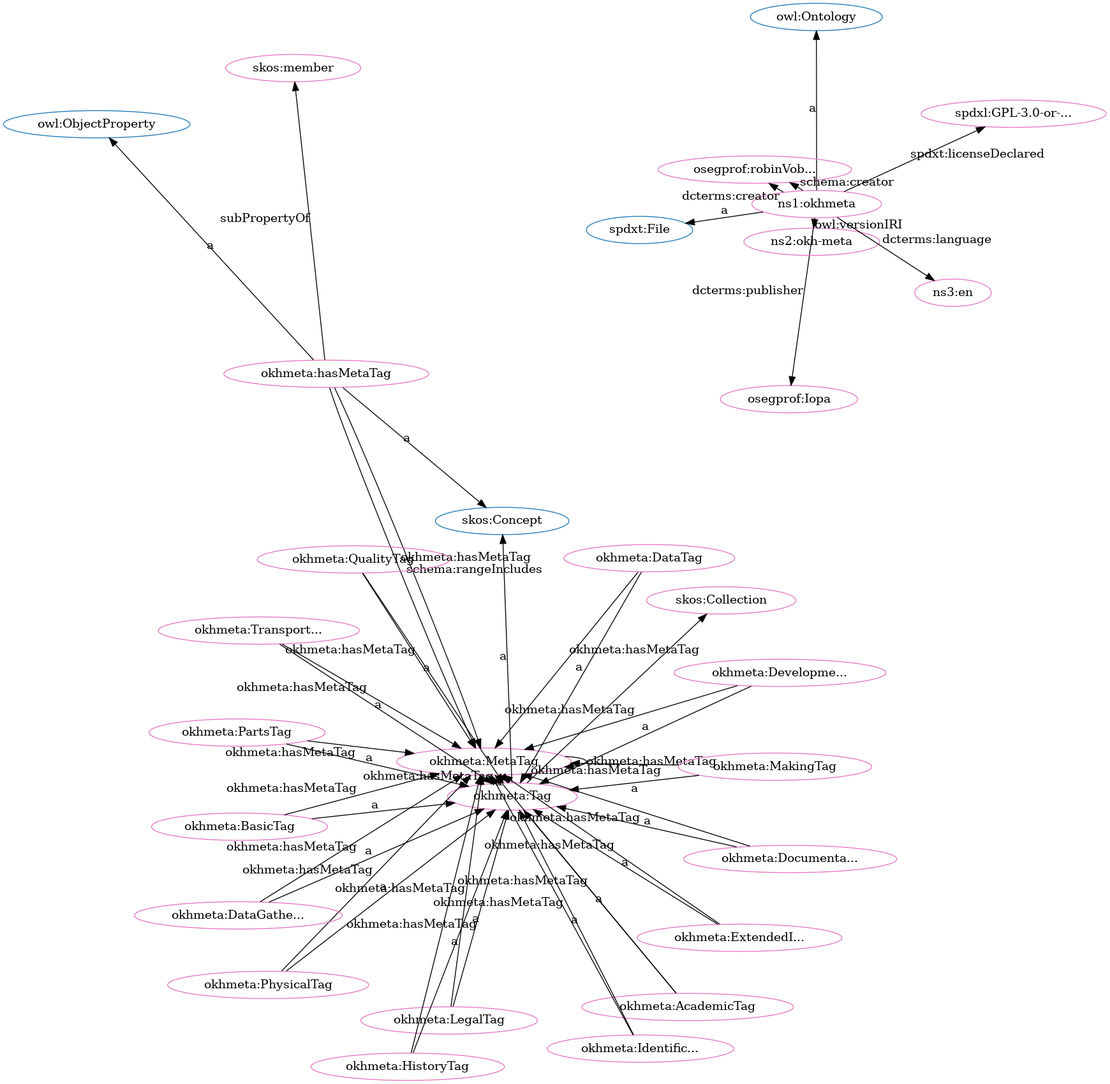
iop-alliance/OpenKnowHow keeps this Graphviz diagram as src/spec/fdp_okh-meta.png. Above is the earlier version. Its source is kept beside it as src/spec/fdp_okh-meta.dot.
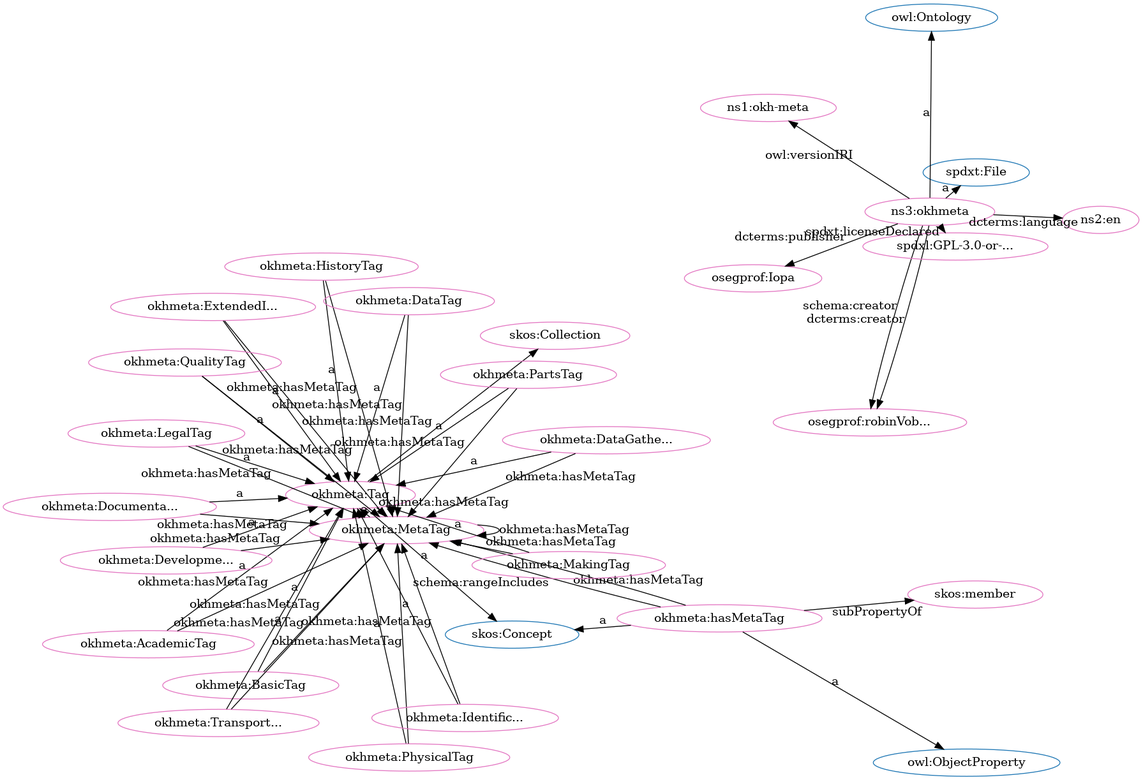
The same diagram one commit later.

The edit, as a diff of the source:
```diff
@@ -1,85 +1,85 @@
 digraph G {
   rankdir=BT
   node[height=.3]
+"http://www.w3.org/2002/07/owl#Ontology" [fillcolor="#1f77b4" color="#1f77b4" label="owl:Ontology"]
+"https://w3id.org/oseg/ont/okhmeta#MetaTag" [fillcolor="#1f77b4" color="#1f77b4" label="okhmeta:MetaTag"]
+"http://www.w3.org/2004/02/skos/core#Collection" [fillcolor="#1f77b4" color="#1f77b4" label="skos:Collection"]
 "http://www.w3.org/2002/07/owl#ObjectProperty" [fillcolor="#1f77b4" color="#1f77b4" label="owl:ObjectProperty"]
+"http://www.w3.org/2004/02/skos/core#Concept" [fillcolor="#1f77b4" color="#1f77b4" label="skos:Concept"]
 "http://spdx.org/rdf/terms#File" [fillcolor="#1f77b4" color="#1f77b4" label="spdxt:File"]
-"https://w3id.org/oseg/ont/okhmeta#MetaTag" [fillcolor="#1f77b4" color="#1f77b4" label="okhmeta:MetaTag"]
 "https://w3id.org/oseg/ont/okhmeta#Tag" [fillcolor="#1f77b4" color="#1f77b4" label="okhmeta:Tag"]
-"http://www.w3.org/2004/02/skos/core#Collection" [fillcolor="#1f77b4" color="#1f77b4" label="skos:Collection"]
-"http://www.w3.org/2002/07/owl#Ontology" [fillcolor="#1f77b4" color="#1f77b4" label="owl:Ontology"]
-"http://www.w3.org/2004/02/skos/core#Concept" [fillcolor="#1f77b4" color="#1f77b4" label="skos:Concept"]
+"https://w3id.org/oseg/ont/okhmeta#MetaTag" [fillcolor="#e377c2" color="#e377c2" label="okhmeta:MetaTag"]
+"https://w3id.org/oseg/ont/oseg-profiles#Iopa" [fillcolor="#e377c2" color="#e377c2" label="osegprof:Iopa"]
+"http://www.w3.org/2004/02/skos/core#member" [fillcolor="#e377c2" color="#e377c2" label="skos:member"]
+"https://w3id.org/oseg/ont/okhmeta#BasicTag" [fillcolor="#e377c2" color="#e377c2" label="okhmeta:BasicTag"]
+"https://w3id.org/oseg/ont/okhmeta#DataGatheringTag" [fillcolor="#e377c2" color="#e377c2" label="okhmeta:DataGathe..."]
+"https://w3id.org/oseg/ont/okhmeta#HistoryTag" [fillcolor="#e377c2" color="#e377c2" label="okhmeta:HistoryTag"]
+"https://w3id.org/oseg/ont/okhmeta#hasMetaTag" [fillcolor="#e377c2" color="#e377c2" label="okhmeta:hasMetaTag"]
+"https://w3id.org/oseg/ont/okhmeta#AcademicTag" [fillcolor="#e377c2" color="#e377c2" label="okhmeta:AcademicTag"]
+"https://w3id.org/oseg/ont/1.1.0/okh-meta" [fillcolor="#e377c2" color="#e377c2" label="ns1:okh-meta"]
+"http://id.loc.gov/vocabulary/iso639-1/en" [fillcolor="#e377c2" color="#e377c2" label="ns2:en"]
 "https://w3id.org/oseg/ont/okhmeta#Tag" [fillcolor="#e377c2" color="#e377c2" label="okhmeta:Tag"]
-"https://w3id.org/oseg/ont/okhmeta#MetaTag" [fillcolor="#e377c2" color="#e377c2" label="okhmeta:MetaTag"]
-"https://w3id.org/oseg/ont/okhmeta" [fillcolor="#e377c2" color="#e377c2" label="ns1:okhmeta"]
+"https://w3id.org/oseg/ont/okhmeta#DocumentationTag" [fillcolor="#e377c2" color="#e377c2" label="okhmeta:Documenta..."]
+"https://w3id.org/oseg/ont/okhmeta#DevelopmentTag" [fillcolor="#e377c2" color="#e377c2" label="okhmeta:Developme..."]
+"https://w3id.org/oseg/ont/okhmeta#MakingTag" [fillcolor="#e377c2" color="#e377c2" label="okhmeta:MakingTag"]
 "https://w3id.org/oseg/ont/okhmeta#DataTag" [fillcolor="#e377c2" color="#e377c2" label="okhmeta:DataTag"]
+"https://w3id.org/oseg/ont/okhmeta#PartsTag" [fillcolor="#e377c2" color="#e377c2" label="okhmeta:PartsTag"]
+"http://www.w3.org/2004/02/skos/core#Collection" [fillcolor="#e377c2" color="#e377c2" label="skos:Collection"]
+"https://w3id.org/oseg/ont/okhmeta" [fillcolor="#e377c2" color="#e377c2" label="ns3:okhmeta"]
+"https://w3id.org/oseg/ont/okhmeta#TransportationTag" [fillcolor="#e377c2" color="#e377c2" label="okhmeta:Transport..."]
 "https://w3id.org/oseg/ont/oseg-profiles#robinVobruba" [fillcolor="#e377c2" color="#e377c2" label="osegprof:robinVob..."]
-"https://w3id.org/oseg/ont/okhmeta#PartsTag" [fillcolor="#e377c2" color="#e377c2" label="okhmeta:PartsTag"]
 "https://w3id.org/oseg/ont/okhmeta#ExtendedInfoTag" [fillcolor="#e377c2" color="#e377c2" label="okhmeta:ExtendedI..."]
-"http://www.w3.org/2004/02/skos/core#member" [fillcolor="#e377c2" color="#e377c2" label="skos:member"]
-"https://w3id.org/oseg/ont/okhmeta#AcademicTag" [fillcolor="#e377c2" color="#e377c2" label="okhmeta:AcademicTag"]
-"https://w3id.org/oseg/ont/okhmeta#BasicTag" [fillcolor="#e377c2" color="#e377c2" label="okhmeta:BasicTag"]
-"https://w3id.org/oseg/ont/okhmeta#hasMetaTag" [fillcolor="#e377c2" color="#e377c2" label="okhmeta:hasMetaTag"]
 "https://w3id.org/oseg/ont/okhmeta#QualityTag" [fillcolor="#e377c2" color="#e377c2" label="okhmeta:QualityTag"]
-"https://w3id.org/oseg/ont/oseg-profiles#Iopa" [fillcolor="#e377c2" color="#e377c2" label="osegprof:Iopa"]
+"https://w3id.org/oseg/ont/okhmeta#LegalTag" [fillcolor="#e377c2" color="#e377c2" label="okhmeta:LegalTag"]
+"https://w3id.org/oseg/ont/okhmeta#PhysicalTag" [fillcolor="#e377c2" color="#e377c2" label="okhmeta:PhysicalTag"]
+"https://spdx.org/licenses/GPL-3.0-or-later" [fillcolor="#e377c2" color="#e377c2" label="spdxl:GPL-3.0-or-..."]
 "https://w3id.org/oseg/ont/okhmeta#IdentificationTag" [fillcolor="#e377c2" color="#e377c2" label="okhmeta:Identific..."]
-"https://spdx.org/licenses/GPL-3.0-or-later" [fillcolor="#e377c2" color="#e377c2" label="spdxl:GPL-3.0-or-..."]
-"https://w3id.org/oseg/ont/okhmeta#DevelopmentTag" [fillcolor="#e377c2" color="#e377c2" label="okhmeta:Developme..."]
-"https://w3id.org/oseg/ont/okhmeta#PhysicalTag" [fillcolor="#e377c2" color="#e377c2" label="okhmeta:PhysicalTag"]
-"https://w3id.org/oseg/ont/okhmeta#DocumentationTag" [fillcolor="#e377c2" color="#e377c2" label="okhmeta:Documenta..."]
-"https://w3id.org/oseg/ont/okhmeta#MakingTag" [fillcolor="#e377c2" color="#e377c2" label="okhmeta:MakingTag"]
-"http://www.w3.org/2004/02/skos/core#Collection" [fillcolor="#e377c2" color="#e377c2" label="skos:Collection"]
-"https://w3id.org/oseg/ont/1.1.0/okh-meta" [fillcolor="#e377c2" color="#e377c2" label="ns2:okh-meta"]
-"https://w3id.org/oseg/ont/okhmeta#TransportationTag" [fillcolor="#e377c2" color="#e377c2" label="okhmeta:Transport..."]
-"https://w3id.org/oseg/ont/okhmeta#LegalTag" [fillcolor="#e377c2" color="#e377c2" label="okhmeta:LegalTag"]
-"https://w3id.org/oseg/ont/okhmeta#HistoryTag" [fillcolor="#e377c2" color="#e377c2" label="okhmeta:HistoryTag"]
-"http://id.loc.gov/vocabulary/iso639-1/en" [fillcolor="#e377c2" color="#e377c2" label="ns3:en"]
-"https://w3id.org/oseg/ont/okhmeta#DataGatheringTag" [fillcolor="#e377c2" color="#e377c2" label="okhmeta:DataGathe..."]
-  "https://w3id.org/oseg/ont/okhmeta#Tag" -> "http://www.w3.org/2004/02/skos/core#Concept" [label="a"]
-  "https://w3id.org/oseg/ont/okhmeta#DevelopmentTag" -> "https://w3id.org/oseg/ont/okhmeta#MetaTag" [label="okhmeta:hasMetaTag"]
+  "https://w3id.org/oseg/ont/okhmeta#hasMetaTag" -> "https://w3id.org/oseg/ont/okhmeta#MetaTag" [label="schema:rangeIncludes"]
+  "https://w3id.org/oseg/ont/okhmeta#HistoryTag" -> "https://w3id.org/oseg/ont/okhmeta#MetaTag" [label="okhmeta:hasMetaTag"]
+  "https://w3id.org/oseg/ont/okhmeta" -> "https://w3id.org/oseg/ont/oseg-profiles#Iopa" [label="dcterms:publisher"]
+  "https://w3id.org/oseg/ont/okhmeta#hasMetaTag" -> "http://www.w3.org/2004/02/skos/core#member" [label="subPropertyOf"]
+  "https://w3id.org/oseg/ont/okhmeta#BasicTag" -> "https://w3id.org/oseg/ont/okhmeta#Tag" [label="a"]
+  "https://w3id.org/oseg/ont/okhmeta#TransportationTag" -> "https://w3id.org/oseg/ont/okhmeta#MetaTag" [label="okhmeta:hasMetaTag"]
+  "https://w3id.org/oseg/ont/okhmeta#DocumentationTag" -> "https://w3id.org/oseg/ont/okhmeta#MetaTag" [label="okhmeta:hasMetaTag"]
+  "https://w3id.org/oseg/ont/okhmeta#MakingTag" -> "https://w3id.org/oseg/ont/okhmeta#MetaTag" [label="okhmeta:hasMetaTag"]
+  "https://w3id.org/oseg/ont/okhmeta#AcademicTag" -> "https://w3id.org/oseg/ont/okhmeta#Tag" [label="a"]
+  "https://w3id.org/oseg/ont/okhmeta" -> "http://id.loc.gov/vocabulary/iso639-1/en" [label="dcterms:language"]
+  "https://w3id.org/oseg/ont/okhmeta#ExtendedInfoTag" -> "https://w3id.org/oseg/ont/okhmeta#MetaTag" [label="okhmeta:hasMetaTag"]
+  "https://w3id.org/oseg/ont/okhmeta#DevelopmentTag" -> "https://w3id.org/oseg/ont/okhmeta#Tag" [label="a"]
+  "https://w3id.org/oseg/ont/okhmeta#DataTag" -> "https://w3id.org/oseg/ont/okhmeta#Tag" [label="a"]
+  "https://w3id.org/oseg/ont/okhmeta#PartsTag" -> "https://w3id.org/oseg/ont/okhmeta#Tag" [label="a"]
+  "https://w3id.org/oseg/ont/okhmeta#IdentificationTag" -> "https://w3id.org/oseg/ont/okhmeta#MetaTag" [label="okhmeta:hasMetaTag"]
+  "https://w3id.org/oseg/ont/okhmeta#MetaTag" -> "https://w3id.org/oseg/ont/okhmeta#Tag" [label="a"]
+  "https://w3id.org/oseg/ont/okhmeta#DataGatheringTag" -> "https://w3id.org/oseg/ont/okhmeta#MetaTag" [label="okhmeta:hasMetaTag"]
+  "https://w3id.org/oseg/ont/okhmeta#TransportationTag" -> "https://w3id.org/oseg/ont/okhmeta#Tag" [label="a"]
   "https://w3id.org/oseg/ont/okhmeta" -> "http://spdx.org/rdf/terms#File" [label="a"]
   "https://w3id.org/oseg/ont/okhmeta#ExtendedInfoTag" -> "https://w3id.org/oseg/ont/okhmeta#Tag" [label="a"]
-  "https://w3id.org/oseg/ont/okhmeta#QualityTag" -> "https://w3id.org/oseg/ont/okhmeta#MetaTag" [label="okhmeta:hasMetaTag"]
-  "https://w3id.org/oseg/ont/okhmeta#hasMetaTag" -> "http://www.w3.org/2004/02/skos/core#member" [label="subPropertyOf"]
-  "https://w3id.org/oseg/ont/okhmeta#AcademicTag" -> "https://w3id.org/oseg/ont/okhmeta#Tag" [label="a"]
-  "https://w3id.org/oseg/ont/okhmeta#BasicTag" -> "https://w3id.org/oseg/ont/okhmeta#Tag" [label="a"]
-  "https://w3id.org/oseg/ont/okhmeta#IdentificationTag" -> "https://w3id.org/oseg/ont/okhmeta#MetaTag" [label="okhmeta:hasMetaTag"]
+  "https://w3id.org/oseg/ont/okhmeta#QualityTag" -> "https://w3id.org/oseg/ont/okhmeta#Tag" [label="a"]
+  "https://w3id.org/oseg/ont/okhmeta#LegalTag" -> "https://w3id.org/oseg/ont/okhmeta#Tag" [label="a"]
+  "https://w3id.org/oseg/ont/okhmeta" -> "https://spdx.org/licenses/GPL-3.0-or-later" [label="spdxt:licenseDeclared"]
+  "https://w3id.org/oseg/ont/okhmeta#hasMetaTag" -> "http://www.w3.org/2004/02/skos/core#Concept" [label="a"]
+  "https://w3id.org/oseg/ont/okhmeta#IdentificationTag" -> "https://w3id.org/oseg/ont/okhmeta#Tag" [label="a"]
   "https://w3id.org/oseg/ont/okhmeta" -> "https://w3id.org/oseg/ont/oseg-profiles#robinVobruba" [label="dcterms:creator"]
-  "https://w3id.org/oseg/ont/okhmeta#HistoryTag" -> "https://w3id.org/oseg/ont/okhmeta#MetaTag" [label="okhmeta:hasMetaTag"]
-  "https://w3id.org/oseg/ont/okhmeta" -> "https://w3id.org/oseg/ont/oseg-profiles#Iopa" [label="dcterms:publisher"]
-  "https://w3id.org/oseg/ont/okhmeta#hasMetaTag" -> "https://w3id.org/oseg/ont/okhmeta#MetaTag" [label="schema:rangeIncludes"]
+  "https://w3id.org/oseg/ont/okhmeta#DataGatheringTag" -> "https://w3id.org/oseg/ont/okhmeta#Tag" [label="a"]
+  "https://w3id.org/oseg/ont/okhmeta#hasMetaTag" -> "https://w3id.org/oseg/ont/okhmeta#MetaTag" [label="okhmeta:hasMetaTag"]
+  "https://w3id.org/oseg/ont/okhmeta#AcademicTag" -> "https://w3id.org/oseg/ont/okhmeta#MetaTag" [label="okhmeta:hasMetaTag"]
+  "https://w3id.org/oseg/ont/okhmeta#HistoryTag" -> "https://w3id.org/oseg/ont/okhmeta#Tag" [label="a"]
+  "https://w3id.org/oseg/ont/okhmeta#hasMetaTag" -> "http://www.w3.org/2002/07/owl#ObjectProperty" [label="a"]
+  "https://w3id.org/oseg/ont/okhmeta#DevelopmentTag" -> "https://w3id.org/oseg/ont/okhmeta#MetaTag" [label="okhmeta:hasMetaTag"]
+  "https://w3id.org/oseg/ont/okhmeta" -> "https://w3id.org/oseg/ont/1.1.0/okh-meta" [label="owl:versionIRI"]
+  "https://w3id.org/oseg/ont/okhmeta#DataTag" -> "https://w3id.org/oseg/ont/okhmeta#MetaTag" [label="okhmeta:hasMetaTag"]
+  "https://w3id.org/oseg/ont/okhmeta#Tag" -> "http://www.w3.org/2004/02/skos/core#Concept" [label="a"]
   "https://w3id.org/oseg/ont/okhmeta#DocumentationTag" -> "https://w3id.org/oseg/ont/okhmeta#Tag" [label="a"]
   "https://w3id.org/oseg/ont/okhmeta#MakingTag" -> "https://w3id.org/oseg/ont/okhmeta#Tag" [label="a"]
-  "https://w3id.org/oseg/ont/okhmeta#DataTag" -> "https://w3id.org/oseg/ont/okhmeta#MetaTag" [label="okhmeta:hasMetaTag"]
-  "https://w3id.org/oseg/ont/okhmeta#TransportationTag" -> "https://w3id.org/oseg/ont/okhmeta#Tag" [label="a"]
-  "https://w3id.org/oseg/ont/okhmeta#hasMetaTag" -> "http://www.w3.org/2002/07/owl#ObjectProperty" [label="a"]
-  "https://w3id.org/oseg/ont/okhmeta#LegalTag" -> "https://w3id.org/oseg/ont/okhmeta#Tag" [label="a"]
-  "https://w3id.org/oseg/ont/okhmeta#HistoryTag" -> "https://w3id.org/oseg/ont/okhmeta#Tag" [label="a"]
-  "https://w3id.org/oseg/ont/okhmeta#ExtendedInfoTag" -> "https://w3id.org/oseg/ont/okhmeta#MetaTag" [label="okhmeta:hasMetaTag"]
-  "https://w3id.org/oseg/ont/okhmeta#DataGatheringTag" -> "https://w3id.org/oseg/ont/okhmeta#Tag" [label="a"]
-  "https://w3id.org/oseg/ont/okhmeta#DataTag" -> "https://w3id.org/oseg/ont/okhmeta#Tag" [label="a"]
-  "https://w3id.org/oseg/ont/okhmeta#TransportationTag" -> "https://w3id.org/oseg/ont/okhmeta#MetaTag" [label="okhmeta:hasMetaTag"]
-  "https://w3id.org/oseg/ont/okhmeta#DocumentationTag" -> "https://w3id.org/oseg/ont/okhmeta#MetaTag" [label="okhmeta:hasMetaTag"]
-  "https://w3id.org/oseg/ont/okhmeta" -> "https://w3id.org/oseg/ont/oseg-profiles#robinVobruba" [label="schema:creator"]
-  "https://w3id.org/oseg/ont/okhmeta#PartsTag" -> "https://w3id.org/oseg/ont/okhmeta#Tag" [label="a"]
-  "https://w3id.org/oseg/ont/okhmeta#LegalTag" -> "https://w3id.org/oseg/ont/okhmeta#MetaTag" [label="okhmeta:hasMetaTag"]
-  "https://w3id.org/oseg/ont/okhmeta#hasMetaTag" -> "http://www.w3.org/2004/02/skos/core#Concept" [label="a"]
-  "https://w3id.org/oseg/ont/okhmeta#QualityTag" -> "https://w3id.org/oseg/ont/okhmeta#Tag" [label="a"]
-  "https://w3id.org/oseg/ont/okhmeta#DataGatheringTag" -> "https://w3id.org/oseg/ont/okhmeta#MetaTag" [label="okhmeta:hasMetaTag"]
-  "https://w3id.org/oseg/ont/okhmeta#BasicTag" -> "https://w3id.org/oseg/ont/okhmeta#MetaTag" [label="okhmeta:hasMetaTag"]
-  "https://w3id.org/oseg/ont/okhmeta#PartsTag" -> "https://w3id.org/oseg/ont/okhmeta#MetaTag" [label="okhmeta:hasMetaTag"]
-  "https://w3id.org/oseg/ont/okhmeta#MetaTag" -> "https://w3id.org/oseg/ont/okhmeta#Tag" [label="a"]
-  "https://w3id.org/oseg/ont/okhmeta#MakingTag" -> "https://w3id.org/oseg/ont/okhmeta#MetaTag" [label="okhmeta:hasMetaTag"]
-  "https://w3id.org/oseg/ont/okhmeta" -> "https://spdx.org/licenses/GPL-3.0-or-later" [label="spdxt:licenseDeclared"]
-  "https://w3id.org/oseg/ont/okhmeta" -> "http://www.w3.org/2002/07/owl#Ontology" [label="a"]
-  "https://w3id.org/oseg/ont/okhmeta#DevelopmentTag" -> "https://w3id.org/oseg/ont/okhmeta#Tag" [label="a"]
-  "https://w3id.org/oseg/ont/okhmeta#PhysicalTag" -> "https://w3id.org/oseg/ont/okhmeta#Tag" [label="a"]
+  "https://w3id.org/oseg/ont/okhmeta#PhysicalTag" -> "https://w3id.org/oseg/ont/okhmeta#MetaTag" [label="okhmeta:hasMetaTag"]
+  "https://w3id.org/oseg/ont/okhmeta#MetaTag" -> "https://w3id.org/oseg/ont/okhmeta#MetaTag" [label="okhmeta:hasMetaTag"]
   "https://w3id.org/oseg/ont/okhmeta#Tag" -> "https://w3id.org/oseg/ont/okhmeta#MetaTag" [label="okhmeta:hasMetaTag"]
   "https://w3id.org/oseg/ont/okhmeta#Tag" -> "http://www.w3.org/2004/02/skos/core#Collection" [label=""]
-  "https://w3id.org/oseg/ont/okhmeta" -> "https://w3id.org/oseg/ont/1.1.0/okh-meta" [label="owl:versionIRI"]
-  "https://w3id.org/oseg/ont/okhmeta#MetaTag" -> "https://w3id.org/oseg/ont/okhmeta#MetaTag" [label="okhmeta:hasMetaTag"]
-  "https://w3id.org/oseg/ont/okhmeta#hasMetaTag" -> "https://w3id.org/oseg/ont/okhmeta#MetaTag" [label="okhmeta:hasMetaTag"]
-  "https://w3id.org/oseg/ont/okhmeta#AcademicTag" -> "https://w3id.org/oseg/ont/okhmeta#MetaTag" [label="okhmeta:hasMetaTag"]
-  "https://w3id.org/oseg/ont/okhmeta#PhysicalTag" -> "https://w3id.org/oseg/ont/okhmeta#MetaTag" [label="okhmeta:hasMetaTag"]
-  "https://w3id.org/oseg/ont/okhmeta" -> "http://id.loc.gov/vocabulary/iso639-1/en" [label="dcterms:language"]
-  "https://w3id.org/oseg/ont/okhmeta#IdentificationTag" -> "https://w3id.org/oseg/ont/okhmeta#Tag" [label="a"]
+  "https://w3id.org/oseg/ont/okhmeta#BasicTag" -> "https://w3id.org/oseg/ont/okhmeta#MetaTag" [label="okhmeta:hasMetaTag"]
+  "https://w3id.org/oseg/ont/okhmeta" -> "http://www.w3.org/2002/07/owl#Ontology" [label="a"]
+  "https://w3id.org/oseg/ont/okhmeta#QualityTag" -> "https://w3id.org/oseg/ont/okhmeta#MetaTag" [label="okhmeta:hasMetaTag"]
+  "https://w3id.org/oseg/ont/okhmeta#LegalTag" -> "https://w3id.org/oseg/ont/okhmeta#MetaTag" [label="okhmeta:hasMetaTag"]
+  "https://w3id.org/oseg/ont/okhmeta" -> "https://w3id.org/oseg/ont/oseg-profiles#robinVobruba" [label="schema:creator"]
+  "https://w3id.org/oseg/ont/okhmeta#PartsTag" -> "https://w3id.org/oseg/ont/okhmeta#MetaTag" [label="okhmeta:hasMetaTag"]
+  "https://w3id.org/oseg/ont/okhmeta#PhysicalTag" -> "https://w3id.org/oseg/ont/okhmeta#Tag" [label="a"]
 }
```
